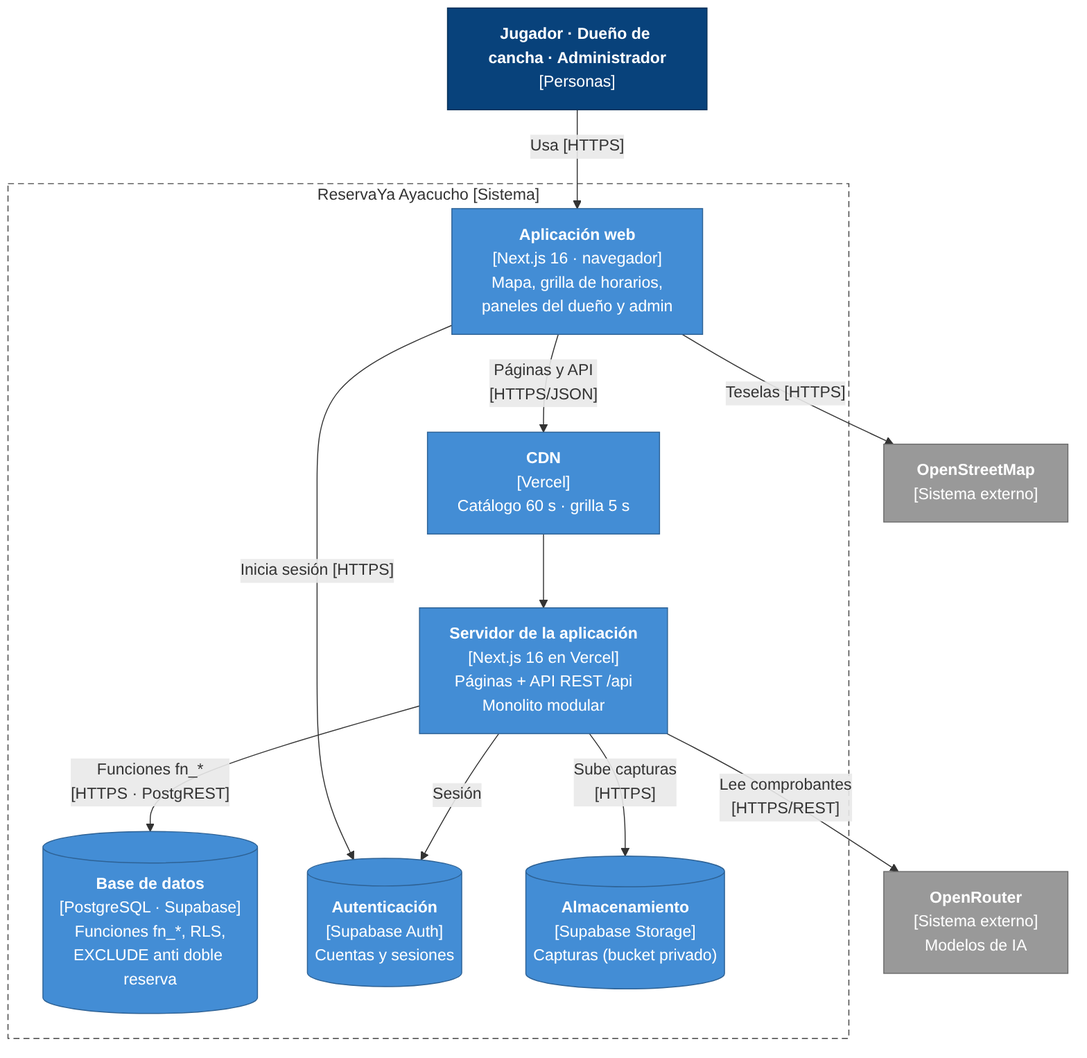
edhtsprado27-bit/ReservaYa-Ayacucho keeps this Mermaid diagram as img/nivel2-contenedores.png. Above is the earlier version. Its source is kept beside it as img/fuentes-svg/nivel2-contenedores.mmd.
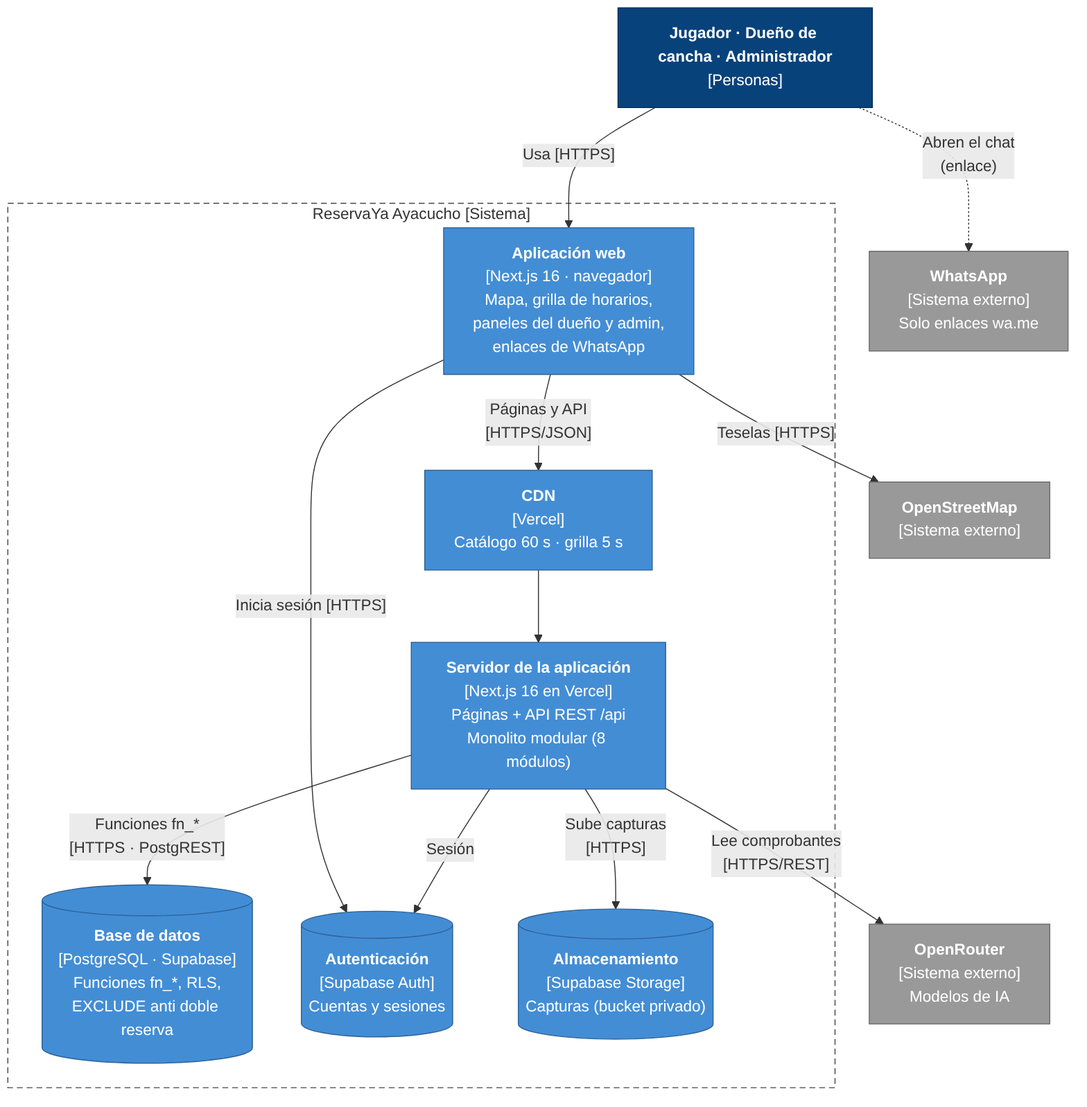
The same file after the commit.

Diff of the diagram source:
```diff
@@ -2,8 +2,8 @@
     usuarios["<b>Jugador · Dueño de cancha · Administrador</b><br/>[Personas]"]
 
     subgraph limite["ReservaYa Ayacucho [Sistema]"]
-        web["<b>Aplicación web</b><br/>[Next.js 16 · navegador]<br/>Mapa, grilla de horarios,<br/>paneles del dueño y admin"]
-        srv["<b>Servidor de la aplicación</b><br/>[Next.js 16 en Vercel]<br/>Páginas + API REST /api<br/>Monolito modular"]
+        web["<b>Aplicación web</b><br/>[Next.js 16 · navegador]<br/>Mapa, grilla de horarios,<br/>paneles del dueño y admin,<br/>enlaces de WhatsApp"]
+        srv["<b>Servidor de la aplicación</b><br/>[Next.js 16 en Vercel]<br/>Páginas + API REST /api<br/>Monolito modular (8 módulos)"]
         cdn["<b>CDN</b><br/>[Vercel]<br/>Catálogo 60 s · grilla 5 s"]
         bd[("<b>Base de datos</b><br/>[PostgreSQL · Supabase]<br/>Funciones fn_*, RLS,<br/>EXCLUDE anti doble reserva")]
         auth[("<b>Autenticación</b><br/>[Supabase Auth]<br/>Cuentas y sesiones")]
@@ -12,6 +12,7 @@
 
     openrouter["<b>OpenRouter</b><br/>[Sistema externo]<br/>Modelos de IA"]
     osm["<b>OpenStreetMap</b><br/>[Sistema externo]"]
+    whatsapp["<b>WhatsApp</b><br/>[Sistema externo]<br/>Solo enlaces wa.me"]
 
     usuarios -- "Usa [HTTPS]" --> web
     web -- "Páginas y API<br/>[HTTPS/JSON]" --> cdn
@@ -22,11 +23,12 @@
     srv -- "Sesión" --> auth
     srv -- "Sube capturas<br/>[HTTPS]" --> storage
     srv -- "Lee comprobantes<br/>[HTTPS/REST]" --> openrouter
+    usuarios -. "Abren el chat<br/>(enlace)" .-> whatsapp
 
     classDef persona fill:#08427b,stroke:#052e56,color:#fff
     classDef contenedor fill:#438dd5,stroke:#2e6295,color:#fff
     classDef externo fill:#999999,stroke:#6b6b6b,color:#fff
     class usuarios persona
     class web,srv,cdn,bd,auth,storage contenedor
-    class openrouter,osm externo
+    class openrouter,osm,whatsapp externo
     style limite fill:none,stroke:#444,stroke-dasharray:6 4
```
